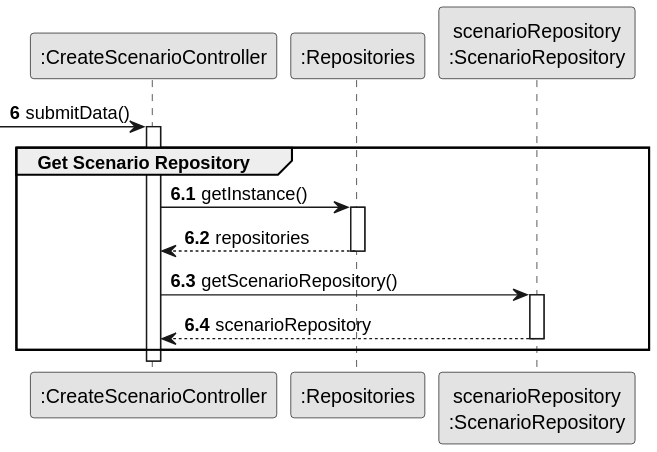
Above: docs/sprint2/us004/03.design/svg/us004-sd-partial-get-scenario-repository.svg in ivasduarte/all-aboard (PlantUML), before the change. The source it was exported from:
```plantuml
@startuml
skinparam monochrome true
skinparam packageStyle rectangle
skinparam shadowing false

participant ":CreateScenarioController" as CTRL
participant ":Repositories" as reps
participant "scenarioRepository\n:ScenarioRepository" as Repo

autonumber 6


-> CTRL : submitData()
activate CTRL

group Get Scenario Repository
    autonumber 6.1
    CTRL -> reps : getInstance()
    activate reps
    reps --> CTRL : repositories
    deactivate reps

    CTRL -> Repo : getScenarioRepository()
    activate Repo
    Repo --> CTRL : scenarioRepository
    deactivate Repo
end
@enduml
```
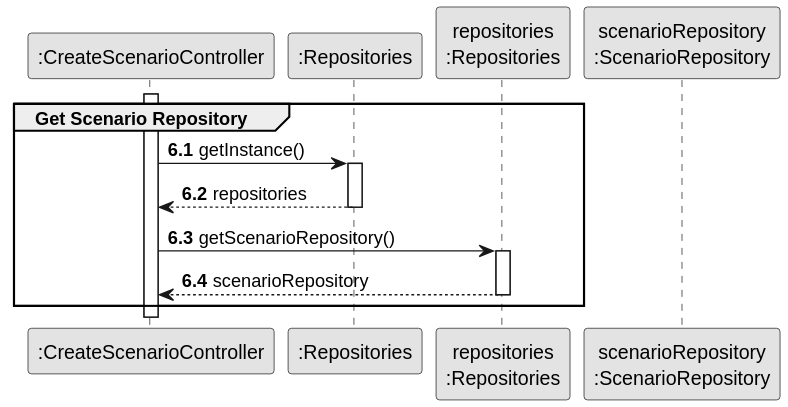
After the change.

Change to the diagram source:
```diff
@@ -5,24 +5,22 @@
 
 participant ":CreateScenarioController" as CTRL
 participant ":Repositories" as reps
+participant "repositories\n:Repositories" as PLAT
 participant "scenarioRepository\n:ScenarioRepository" as Repo
 
-autonumber 6
+autonumber 6.1
 
-
--> CTRL : submitData()
 activate CTRL
 
 group Get Scenario Repository
-    autonumber 6.1
     CTRL -> reps : getInstance()
     activate reps
     reps --> CTRL : repositories
     deactivate reps
 
-    CTRL -> Repo : getScenarioRepository()
-    activate Repo
-    Repo --> CTRL : scenarioRepository
-    deactivate Repo
+    CTRL -> PLAT : getScenarioRepository()
+    activate PLAT
+    PLAT --> CTRL : scenarioRepository
+    deactivate PLAT
 end
 @enduml
```
